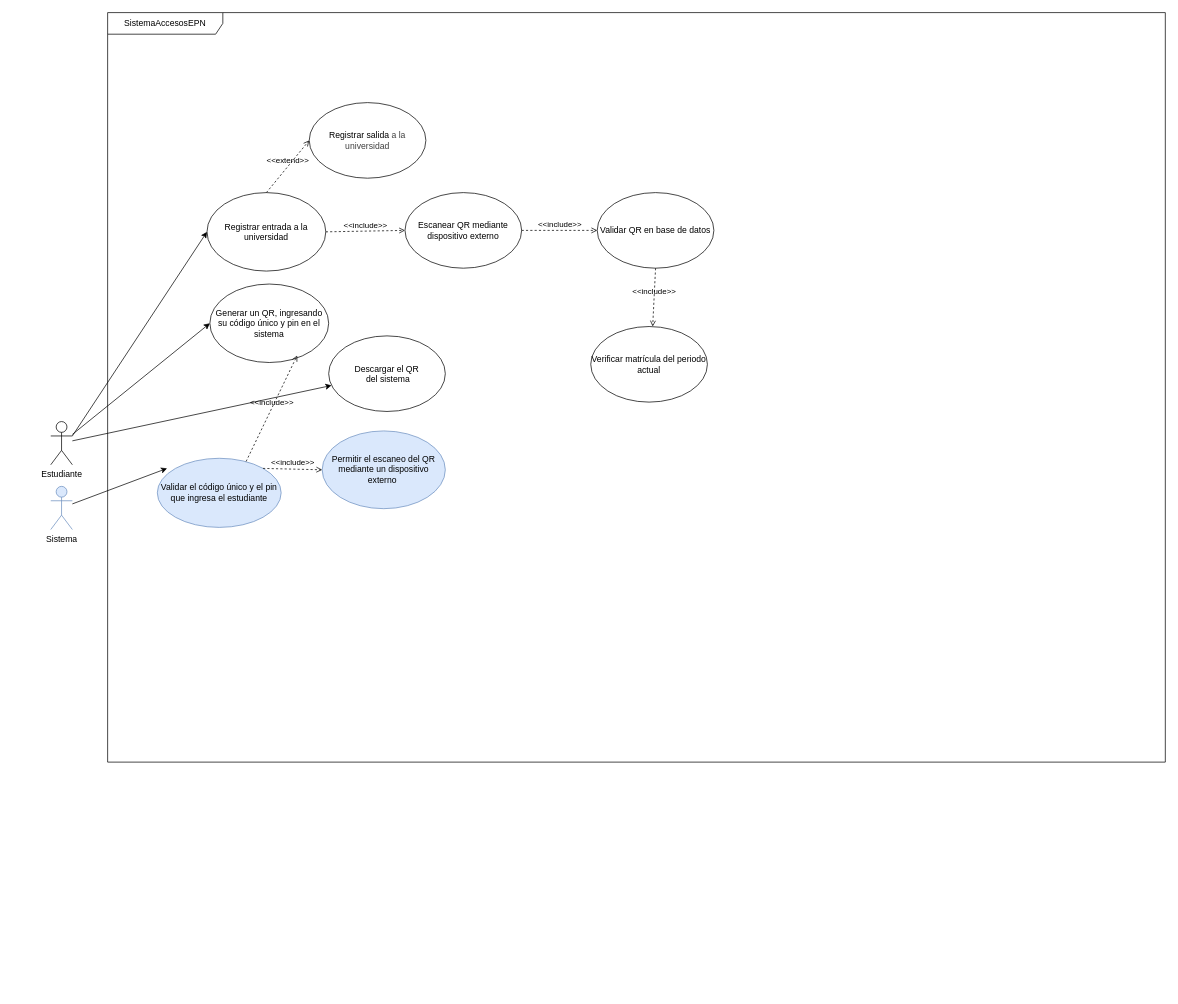
This is AccesoApp/design/1UseCase.drawio from Jhanavi128/Sistema_Control_AccesosEPN, a draw.io file, before an edit. Source tidied: cells renumbered, new cells numbered last; positions are measured from the earlier drawing's top-left corner, leaving out a move shared by most shapes. Both pictures are drawn from the tidied source at 72%, with x=0, y=0 at pixel (50, 12).
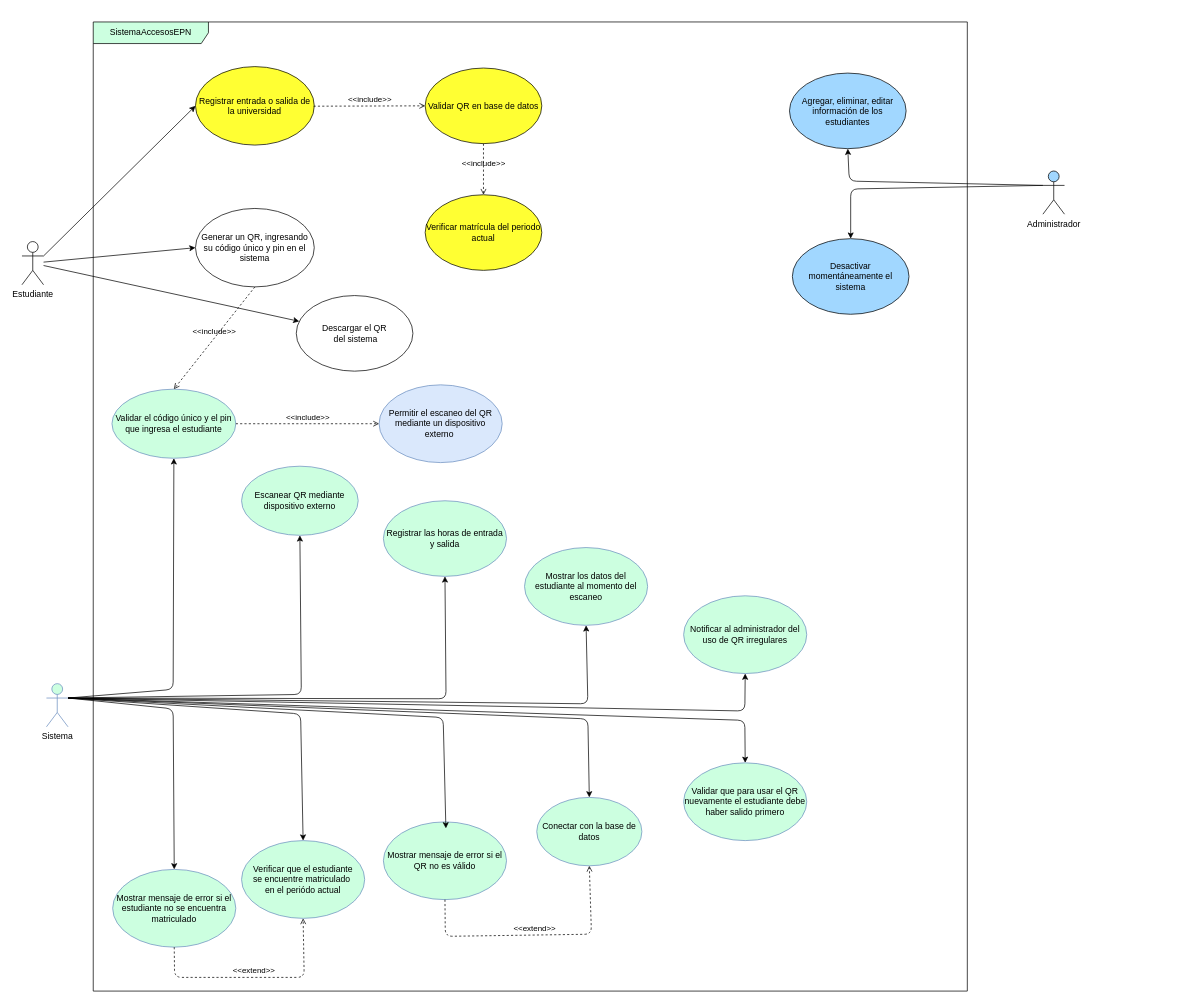
The same page after the edit.

Commit message:
diagrama de clase avance

The edit, as a diff of the source:
```diff
@@
-    <mxCell id="2" value="SistemaAccesosEPN" style="shape=umlFrame;whiteSpace=wrap;html=1;width=160;" parent="1" vertex="1">
-      <mxGeometry x="79" width="1469" height="1041" as="geometry" />
+    <mxCell id="2" value="SistemaAccesosEPN" style="shape=umlFrame;whiteSpace=wrap;html=1;width=160;fillColor=#CCFFE0;" parent="1" vertex="1">
+      <mxGeometry x="59" y="13" width="1214" height="1346" as="geometry" />
     </mxCell>
-    <mxCell id="3" value="Generar un QR, ingresando su código único y pin en el sistema" style="ellipse;whiteSpace=wrap;html=1;" parent="2" vertex="1">
-      <mxGeometry x="142" y="377" width="165" height="109" as="geometry" />
+    <mxCell id="3" value="Generar un QR, ingresando su código único y pin en el sistema" style="ellipse;whiteSpace=wrap;html=1;fillColor=none;" parent="2" vertex="1">
+      <mxGeometry x="142" y="259" width="165" height="109" as="geometry" />
     </mxCell>
-    <mxCell id="4" value="Validar el código único y el pin que ingresa el estudiante" style="ellipse;whiteSpace=wrap;html=1;fillColor=#dae8fc;strokeColor=#6c8ebf;" parent="2" vertex="1">
-      <mxGeometry x="69" y="619" width="172" height="96" as="geometry" />
+    <mxCell id="4" value="Validar el código único y el pin que ingresa el estudiante" style="ellipse;whiteSpace=wrap;html=1;fillColor=#CCFFE0;strokeColor=#6c8ebf;" parent="2" vertex="1">
+      <mxGeometry x="26" y="510" width="172" height="96" as="geometry" />
     </mxCell>
     <mxCell id="5" value="Descargar el QR&lt;div&gt;&amp;nbsp;del sistema&lt;/div&gt;" style="ellipse;whiteSpace=wrap;html=1;" parent="2" vertex="1">
-      <mxGeometry x="307" y="449" width="162" height="105" as="geometry" />
+      <mxGeometry x="282" y="380" width="162" height="105" as="geometry" />
     </mxCell>
     <mxCell id="6" value="Permitir el escaneo del QR mediante un dispositivo externo&amp;nbsp;" style="ellipse;whiteSpace=wrap;html=1;fillColor=#dae8fc;strokeColor=#6c8ebf;" parent="2" vertex="1">
-      <mxGeometry x="298" y="581" width="171" height="108" as="geometry" />
+      <mxGeometry x="397" y="504" width="171" height="108" as="geometry" />
     </mxCell>
-    <mxCell id="7" value="&amp;lt;&amp;lt;include&amp;gt;&amp;gt;" style="html=1;verticalAlign=bottom;labelBackgroundColor=none;endArrow=open;endFill=0;dashed=1;exitX=0.717;exitY=0.046;exitDx=0;exitDy=0;exitPerimeter=0;entryX=0.735;entryY=0.91;entryDx=0;entryDy=0;entryPerimeter=0;" parent="2" edge="1" source="4" target="3">
-      <mxGeometry relative="1" as="geometry" />
-    </mxCell>
+    <mxCell id="24" value="&amp;lt;&amp;lt;include&amp;gt;&amp;gt;" style="html=1;verticalAlign=bottom;labelBackgroundColor=none;endArrow=open;endFill=0;dashed=1;exitX=0.5;exitY=1;exitDx=0;exitDy=0;entryX=0.5;entryY=0;entryDx=0;entryDy=0;" parent="2" edge="1" source="3" target="4">
+      <mxGeometry relative="1" as="geometry" />
+    </mxCell>
-    <mxCell id="8" value="&amp;lt;&amp;lt;include&amp;gt;&amp;gt;" style="html=1;verticalAlign=bottom;labelBackgroundColor=none;endArrow=open;endFill=0;dashed=1;exitX=1;exitY=0;exitDx=0;exitDy=0;entryX=0;entryY=0.5;entryDx=0;entryDy=0;" parent="2" edge="1" source="4" target="6">
+    <mxCell id="8" value="&amp;lt;&amp;lt;include&amp;gt;&amp;gt;" style="html=1;verticalAlign=bottom;labelBackgroundColor=none;endArrow=open;endFill=0;dashed=1;exitX=1;exitY=0.5;exitDx=0;exitDy=0;entryX=0;entryY=0.5;entryDx=0;entryDy=0;" parent="2" edge="1" source="4" target="6">
       <mxGeometry relative="1" as="geometry" />
     </mxCell>
-    <mxCell id="9" value="Registrar entrada a la universidad" style="ellipse;whiteSpace=wrap;html=1;" parent="2" vertex="1">
-      <mxGeometry x="138" y="250" width="165" height="109" as="geometry" />
-    </mxCell>
-    <mxCell id="10" value="&lt;span style=&quot;color: rgb(0, 0, 0); text-align: left;&quot;&gt;Escanear QR mediante dispositivo externo&lt;/span&gt;" style="ellipse;whiteSpace=wrap;html=1;" parent="2" vertex="1">
-      <mxGeometry x="413" y="250" width="162" height="105" as="geometry" />
-    </mxCell>
+    <mxCell id="25" value="Registrar entrada o salida de la universidad" style="ellipse;whiteSpace=wrap;html=1;fillColor=#FFFF33;" parent="2" vertex="1">
+      <mxGeometry x="142" y="62" width="165" height="109" as="geometry" />
+    </mxCell>
-    <mxCell id="11" value="&lt;span style=&quot;color: rgb(0, 0, 0); text-align: left;&quot;&gt;Validar QR en base de datos&lt;/span&gt;" style="ellipse;whiteSpace=wrap;html=1;" parent="2" vertex="1">
-      <mxGeometry x="680" y="250" width="162" height="105" as="geometry" />
+    <mxCell id="11" value="&lt;span style=&quot;color: rgb(0, 0, 0); text-align: left;&quot;&gt;Validar QR en base de datos&lt;/span&gt;" style="ellipse;whiteSpace=wrap;html=1;fillColor=#FFFF33;" parent="2" vertex="1">
+      <mxGeometry x="461" y="64" width="162" height="105" as="geometry" />
     </mxCell>
-    <mxCell id="12" value="&lt;span style=&quot;color: rgb(0, 0, 0); text-align: left;&quot;&gt;Verificar matrícula del periodo actual&lt;/span&gt;" style="ellipse;whiteSpace=wrap;html=1;" parent="2" vertex="1">
-      <mxGeometry x="671" y="436" width="162" height="105" as="geometry" />
+    <mxCell id="12" value="&lt;span style=&quot;color: rgb(0, 0, 0); text-align: left;&quot;&gt;Verificar matrícula del periodo actual&lt;/span&gt;" style="ellipse;whiteSpace=wrap;html=1;fillColor=#FFFF33;" parent="2" vertex="1">
+      <mxGeometry x="461" y="240" width="162" height="105" as="geometry" />
     </mxCell>
-    <mxCell id="13" value="&amp;lt;&amp;lt;include&amp;gt;&amp;gt;" style="html=1;verticalAlign=bottom;labelBackgroundColor=none;endArrow=open;endFill=0;dashed=1;exitX=1;exitY=0.5;exitDx=0;exitDy=0;entryX=0;entryY=0.5;entryDx=0;entryDy=0;" parent="2" edge="1" source="9" target="10">
-      <mxGeometry relative="1" as="geometry" />
-    </mxCell>
-    <mxCell id="14" value="&amp;lt;&amp;lt;include&amp;gt;&amp;gt;" style="html=1;verticalAlign=bottom;labelBackgroundColor=none;endArrow=open;endFill=0;dashed=1;exitX=1;exitY=0.5;exitDx=0;exitDy=0;entryX=0;entryY=0.5;entryDx=0;entryDy=0;" parent="2" edge="1" source="10" target="11">
-      <mxGeometry relative="1" as="geometry" />
-    </mxCell>
-    <mxCell id="15" value="&amp;lt;&amp;lt;include&amp;gt;&amp;gt;" style="html=1;verticalAlign=bottom;labelBackgroundColor=none;endArrow=open;endFill=0;dashed=1;exitX=0.5;exitY=1;exitDx=0;exitDy=0;" parent="2" edge="1" source="11">
-      <mxGeometry relative="1" as="geometry">
-        <mxPoint x="757" y="436" as="targetPoint" />
-      </mxGeometry>
-    </mxCell>
-    <mxCell id="16" value="Registrar salida&lt;span style=&quot;background-color: transparent; color: rgb(63, 63, 63);&quot;&gt;&amp;nbsp;a la universidad&lt;/span&gt;" style="ellipse;whiteSpace=wrap;html=1;" parent="2" vertex="1">
-      <mxGeometry x="280" y="125" width="162" height="105" as="geometry" />
-    </mxCell>
-    <mxCell id="17" value="&amp;lt;&amp;lt;extend&amp;gt;&amp;gt;" style="html=1;verticalAlign=bottom;labelBackgroundColor=none;endArrow=open;endFill=0;dashed=1;exitX=0.5;exitY=0;exitDx=0;exitDy=0;entryX=0;entryY=0.5;entryDx=0;entryDy=0;" parent="2" edge="1" source="9" target="16">
-      <mxGeometry relative="1" as="geometry" />
-    </mxCell>
+    <mxCell id="26" value="&amp;lt;&amp;lt;include&amp;gt;&amp;gt;" style="html=1;verticalAlign=bottom;labelBackgroundColor=none;endArrow=open;endFill=0;dashed=1;entryX=0;entryY=0.5;entryDx=0;entryDy=0;" parent="2" edge="1" target="11">
+      <mxGeometry relative="1" as="geometry">
+        <mxPoint x="306" y="117" as="sourcePoint" />
+      </mxGeometry>
+    </mxCell>
+    <mxCell id="27" value="&amp;lt;&amp;lt;include&amp;gt;&amp;gt;" style="html=1;verticalAlign=bottom;labelBackgroundColor=none;endArrow=open;endFill=0;dashed=1;exitX=0.5;exitY=1;exitDx=0;exitDy=0;entryX=0.5;entryY=0;entryDx=0;entryDy=0;" parent="2" edge="1" source="11" target="12">
+      <mxGeometry relative="1" as="geometry" />
+    </mxCell>
+    <mxCell id="28" value="&lt;span style=&quot;color: rgb(0, 0, 0); text-wrap-mode: nowrap;&quot;&gt;Verificar que el estudiante&lt;/span&gt;&lt;div&gt;&lt;span style=&quot;color: rgb(0, 0, 0); text-wrap-mode: nowrap;&quot;&gt;se encuentre matriculado&amp;nbsp;&lt;/span&gt;&lt;/div&gt;&lt;div&gt;&lt;span style=&quot;color: rgb(0, 0, 0); text-wrap-mode: nowrap;&quot;&gt;en el periódo actual&lt;/span&gt;&lt;/div&gt;" style="ellipse;whiteSpace=wrap;html=1;fillColor=#CCFFE0;strokeColor=#6c8ebf;" parent="2" vertex="1">
+      <mxGeometry x="206" y="1137" width="171" height="108" as="geometry" />
+    </mxCell>
+    <mxCell id="29" value="Mostrar mensaje de error si el QR no es válido" style="ellipse;whiteSpace=wrap;html=1;fillColor=#CCFFE0;strokeColor=#6c8ebf;" parent="2" vertex="1">
+      <mxGeometry x="403" y="1111" width="171" height="108" as="geometry" />
+    </mxCell>
+    <mxCell id="30" value="Mostrar los datos del estudiante al momento del escaneo" style="ellipse;whiteSpace=wrap;html=1;fillColor=#CCFFE0;strokeColor=#6c8ebf;" parent="2" vertex="1">
+      <mxGeometry x="599" y="730" width="171" height="108" as="geometry" />
+    </mxCell>
+    <mxCell id="31" value="Validar que para usar el QR nuevamente el estudiante debe haber salido primero" style="ellipse;whiteSpace=wrap;html=1;fillColor=#CCFFE0;strokeColor=#6c8ebf;" parent="2" vertex="1">
+      <mxGeometry x="820" y="1029" width="171" height="108" as="geometry" />
+    </mxCell>
+    <mxCell id="32" value="Notificar al administrador del uso de QR irregulares" style="ellipse;whiteSpace=wrap;html=1;fillColor=#CCFFE0;strokeColor=#6c8ebf;" parent="2" vertex="1">
+      <mxGeometry x="820" y="797" width="171" height="108" as="geometry" />
+    </mxCell>
+    <mxCell id="33" style="edgeStyle=none;html=1;entryX=0.5;entryY=0;entryDx=0;entryDy=0;exitX=1;exitY=0.3333333333333333;exitDx=0;exitDy=0;exitPerimeter=0;" parent="2" edge="1" source="20">
+      <mxGeometry relative="1" as="geometry">
+        <mxPoint x="489.8" y="1120" as="targetPoint" />
+        <Array as="points">
+          <mxPoint x="486" y="966" />
+        </Array>
+      </mxGeometry>
+    </mxCell>
+    <mxCell id="34" value="Agregar, eliminar, editar información de los estudiantes" style="ellipse;whiteSpace=wrap;html=1;fillColor=#A1D7FF;" parent="2" vertex="1">
+      <mxGeometry x="967" y="71" width="162" height="105" as="geometry" />
+    </mxCell>
+    <mxCell id="35" value="Desactivar momentáneamente el sistema" style="ellipse;whiteSpace=wrap;html=1;fillColor=#A1D7FF;" parent="2" vertex="1">
+      <mxGeometry x="971" y="301" width="162" height="105" as="geometry" />
+    </mxCell>
+    <mxCell id="36" value="Conectar con la base de datos" style="ellipse;whiteSpace=wrap;html=1;fillColor=#CCFFE0;strokeColor=#6c8ebf;" parent="2" vertex="1">
+      <mxGeometry x="616" y="1077" width="146" height="95" as="geometry" />
+    </mxCell>
+    <mxCell id="37" value="Registrar las horas de entrada y salida" style="ellipse;whiteSpace=wrap;html=1;fillColor=#CCFFE0;strokeColor=#6c8ebf;" parent="2" vertex="1">
+      <mxGeometry x="403" y="665" width="171" height="105" as="geometry" />
+    </mxCell>
+    <mxCell id="38" value="&amp;lt;&amp;lt;extend&amp;gt;&amp;gt;" style="html=1;verticalAlign=bottom;labelBackgroundColor=none;endArrow=open;endFill=0;dashed=1;exitX=0.5;exitY=1;exitDx=0;exitDy=0;entryX=0.5;entryY=1;entryDx=0;entryDy=0;" parent="2" edge="1" source="29" target="36">
+      <mxGeometry relative="1" as="geometry">
+        <Array as="points">
+          <mxPoint x="489" y="1270" />
+          <mxPoint x="692" y="1267" />
+        </Array>
+      </mxGeometry>
+    </mxCell>
+    <mxCell id="10" value="&lt;span style=&quot;color: rgb(0, 0, 0); text-align: left;&quot;&gt;Escanear QR mediante dispositivo externo&lt;/span&gt;" style="ellipse;whiteSpace=wrap;html=1;fillColor=#CCFFE0;strokeColor=#6c8ebf;" parent="2" vertex="1">
+      <mxGeometry x="206" y="617" width="162" height="96" as="geometry" />
+    </mxCell>
+    <mxCell id="39" value="Mostrar mensaje de error si el estudiante no se encuentra matriculado" style="ellipse;whiteSpace=wrap;html=1;fillColor=#CCFFE0;strokeColor=#6c8ebf;" parent="2" vertex="1">
+      <mxGeometry x="27" y="1177" width="171" height="108" as="geometry" />
+    </mxCell>
+    <mxCell id="40" value="&amp;lt;&amp;lt;extend&amp;gt;&amp;gt;" style="html=1;verticalAlign=bottom;labelBackgroundColor=none;endArrow=open;endFill=0;dashed=1;exitX=0.5;exitY=1;exitDx=0;exitDy=0;entryX=0.5;entryY=1;entryDx=0;entryDy=0;" parent="2" edge="1" source="39" target="28">
+      <mxGeometry relative="1" as="geometry">
+        <Array as="points">
+          <mxPoint x="113" y="1327" />
+          <mxPoint x="293" y="1327" />
+        </Array>
+      </mxGeometry>
+    </mxCell>
@@
     <mxCell id="19" value="Estudiante" style="shape=umlActor;verticalLabelPosition=bottom;verticalAlign=top;html=1;" parent="1" vertex="1">
-      <mxGeometry y="568" width="30" height="60" as="geometry" />
+      <mxGeometry x="-40" y="318" width="30" height="60" as="geometry" />
     </mxCell>
-    <mxCell id="20" value="Sistema" style="shape=umlActor;verticalLabelPosition=bottom;verticalAlign=top;html=1;fillColor=#dae8fc;strokeColor=#6c8ebf;" parent="1" vertex="1">
-      <mxGeometry y="658" width="30" height="60" as="geometry" />
+    <mxCell id="20" value="Sistema" style="shape=umlActor;verticalLabelPosition=bottom;verticalAlign=top;html=1;fillColor=#CCFFE0;strokeColor=#6c8ebf;" parent="1" vertex="1">
+      <mxGeometry x="-6" y="932" width="30" height="60" as="geometry" />
     </mxCell>
@@
+    <mxCell id="41" style="edgeStyle=none;html=1;entryX=0;entryY=0.5;entryDx=0;entryDy=0;exitX=1;exitY=0.3333333333333333;exitDx=0;exitDy=0;exitPerimeter=0;" parent="1" edge="1" source="19" target="25">
+      <mxGeometry relative="1" as="geometry" />
+    </mxCell>
+    <mxCell id="42" value="Administrador" style="shape=umlActor;verticalLabelPosition=bottom;verticalAlign=top;html=1;fillColor=#A1D7FF;" parent="1" vertex="1">
+      <mxGeometry x="1378" y="220" width="30" height="60" as="geometry" />
+    </mxCell>
+    <mxCell id="43" style="edgeStyle=none;html=1;entryX=0.5;entryY=0;entryDx=0;entryDy=0;exitX=1;exitY=0.3333333333333333;exitDx=0;exitDy=0;exitPerimeter=0;" parent="1" edge="1" source="20" target="39">
+      <mxGeometry relative="1" as="geometry">
+        <Array as="points">
+          <mxPoint x="170" y="967" />
+        </Array>
+      </mxGeometry>
+    </mxCell>
-    <mxCell id="22" style="edgeStyle=none;html=1;entryX=0.079;entryY=0.146;entryDx=0;entryDy=0;entryPerimeter=0;" parent="1" edge="1" source="20" target="4">
-      <mxGeometry relative="1" as="geometry" />
+    <mxCell id="22" style="edgeStyle=none;html=1;entryX=0.5;entryY=1;entryDx=0;entryDy=0;exitX=1;exitY=0.3333333333333333;exitDx=0;exitDy=0;exitPerimeter=0;" parent="1" edge="1" source="20" target="4">
+      <mxGeometry relative="1" as="geometry">
+        <Array as="points">
+          <mxPoint x="170" y="940" />
+        </Array>
+      </mxGeometry>
     </mxCell>
-    <mxCell id="23" style="edgeStyle=none;html=1;entryX=0;entryY=0.5;entryDx=0;entryDy=0;exitX=1;exitY=0.3333333333333333;exitDx=0;exitDy=0;exitPerimeter=0;" parent="1" edge="1" source="19" target="9">
-      <mxGeometry relative="1" as="geometry" />
-    </mxCell>
+    <mxCell id="44" style="edgeStyle=none;html=1;entryX=0.5;entryY=1;entryDx=0;entryDy=0;exitX=1;exitY=0.3333333333333333;exitDx=0;exitDy=0;exitPerimeter=0;" parent="1" edge="1" source="20" target="30">
+      <mxGeometry relative="1" as="geometry">
+        <Array as="points">
+          <mxPoint x="746" y="960" />
+        </Array>
+      </mxGeometry>
+    </mxCell>
+    <mxCell id="45" style="edgeStyle=none;html=1;entryX=0.5;entryY=0;entryDx=0;entryDy=0;exitX=1;exitY=0.3333333333333333;exitDx=0;exitDy=0;exitPerimeter=0;" parent="1" edge="1" source="20" target="36">
+      <mxGeometry relative="1" as="geometry">
+        <Array as="points">
+          <mxPoint x="746" y="981" />
+        </Array>
+      </mxGeometry>
+    </mxCell>
+    <mxCell id="46" style="edgeStyle=none;html=1;entryX=0.5;entryY=1;entryDx=0;entryDy=0;exitX=1;exitY=0.3333333333333333;exitDx=0;exitDy=0;exitPerimeter=0;" parent="1" edge="1" source="20" target="32">
+      <mxGeometry relative="1" as="geometry">
+        <Array as="points">
+          <mxPoint x="964" y="970" />
+        </Array>
+      </mxGeometry>
+    </mxCell>
+    <mxCell id="47" style="edgeStyle=none;html=1;entryX=0.5;entryY=0;entryDx=0;entryDy=0;exitX=1;exitY=0.3333333333333333;exitDx=0;exitDy=0;exitPerimeter=0;" parent="1" edge="1" source="20" target="31">
+      <mxGeometry relative="1" as="geometry">
+        <Array as="points">
+          <mxPoint x="964" y="983" />
+        </Array>
+      </mxGeometry>
+    </mxCell>
+    <mxCell id="48" style="edgeStyle=none;html=1;entryX=0.5;entryY=1;entryDx=0;entryDy=0;exitX=0;exitY=0.3333333333333333;exitDx=0;exitDy=0;exitPerimeter=0;" parent="1" edge="1" source="42" target="34">
+      <mxGeometry relative="1" as="geometry">
+        <Array as="points">
+          <mxPoint x="1109" y="234" />
+        </Array>
+      </mxGeometry>
+    </mxCell>
+    <mxCell id="49" style="edgeStyle=none;html=1;entryX=0.5;entryY=0;entryDx=0;entryDy=0;exitX=0;exitY=0.3333333333333333;exitDx=0;exitDy=0;exitPerimeter=0;" parent="1" edge="1" source="42" target="35">
+      <mxGeometry relative="1" as="geometry">
+        <Array as="points">
+          <mxPoint x="1111" y="245" />
+        </Array>
+      </mxGeometry>
+    </mxCell>
+    <mxCell id="50" style="edgeStyle=none;html=1;entryX=0.5;entryY=1;entryDx=0;entryDy=0;exitX=1;exitY=0.3333333333333333;exitDx=0;exitDy=0;exitPerimeter=0;" parent="1" edge="1" source="20" target="37">
+      <mxGeometry relative="1" as="geometry">
+        <Array as="points">
+          <mxPoint x="549" y="953" />
+        </Array>
+      </mxGeometry>
+    </mxCell>
+    <mxCell id="51" style="edgeStyle=none;html=1;entryX=0.5;entryY=1;entryDx=0;entryDy=0;exitX=1;exitY=0.3333333333333333;exitDx=0;exitDy=0;exitPerimeter=0;" parent="1" edge="1" source="20" target="10">
+      <mxGeometry relative="1" as="geometry">
+        <Array as="points">
+          <mxPoint x="348" y="947" />
+        </Array>
+      </mxGeometry>
+    </mxCell>
+    <mxCell id="52" style="edgeStyle=none;html=1;entryX=0.5;entryY=0;entryDx=0;entryDy=0;exitX=1;exitY=0.3333333333333333;exitDx=0;exitDy=0;exitPerimeter=0;" parent="1" edge="1" source="20" target="28">
+      <mxGeometry relative="1" as="geometry">
+        <Array as="points">
+          <mxPoint x="347" y="974" />
+        </Array>
+      </mxGeometry>
+    </mxCell>
```
